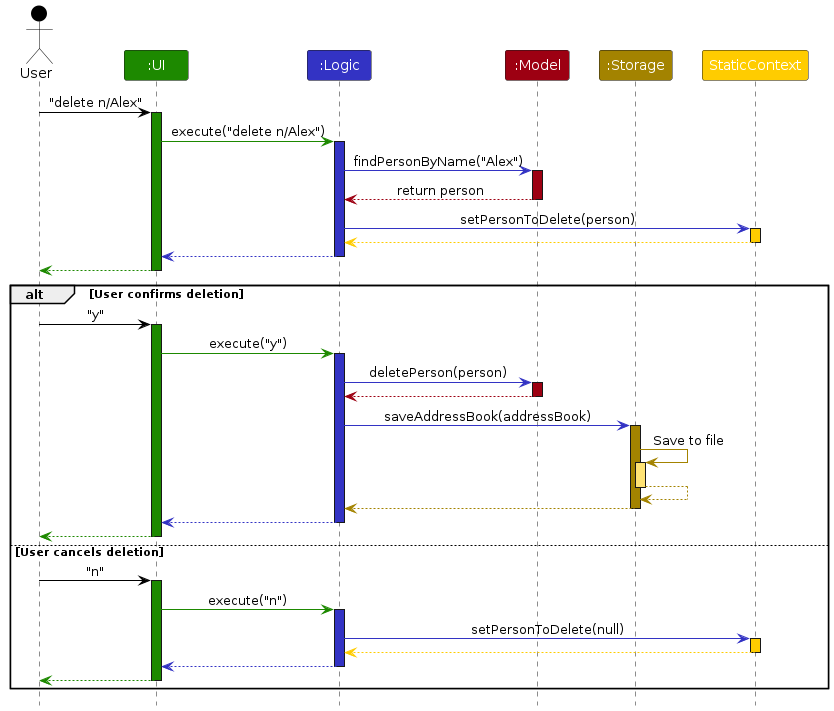
Above: diagrams/ArchitectureSequenceDiagram.png in AY2425S1-CS2103T-W13-4/tp (PlantUML), before the change. Its source is kept beside it as diagrams/ArchitectureSequenceDiagram.puml.
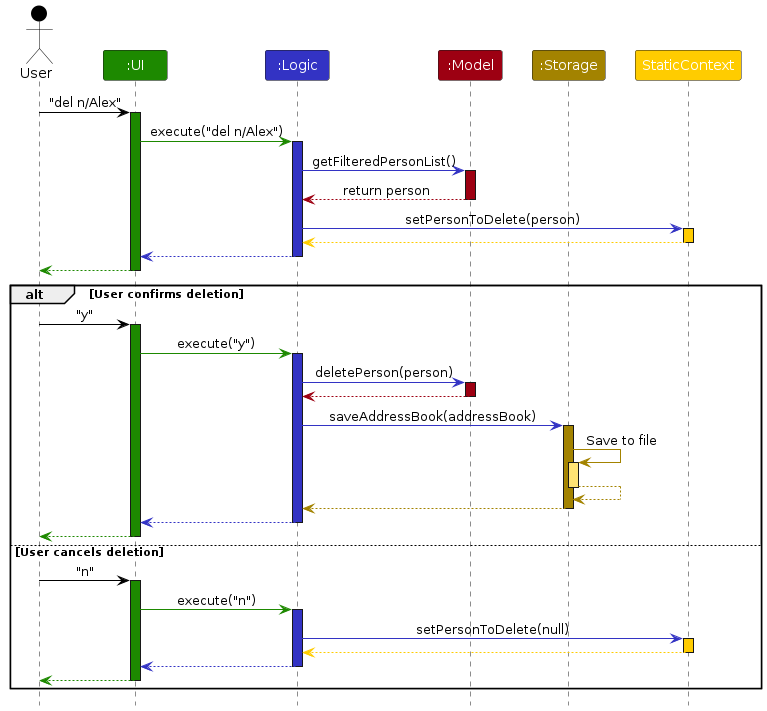
Later version of the same file.

The edit, as a diff of the source:
```diff
@@ -9,13 +9,13 @@
 Participant ":Storage" as storage STORAGE_COLOR
 Participant "StaticContext" as staticContext STATIC_COLOR
 
-user -[USER_COLOR]> ui : "delete n/Alex"
+user -[USER_COLOR]> ui : "del n/Alex"
 activate ui UI_COLOR
 
-ui -[UI_COLOR]> logic : execute("delete n/Alex")
+ui -[UI_COLOR]> logic : execute("del n/Alex")
 activate logic LOGIC_COLOR
 
-logic -[LOGIC_COLOR]> model : findPersonByName("Alex")
+logic -[LOGIC_COLOR]> model : getFilteredPersonList()
 activate model MODEL_COLOR
 
 model -[MODEL_COLOR]-> logic : return person
```
